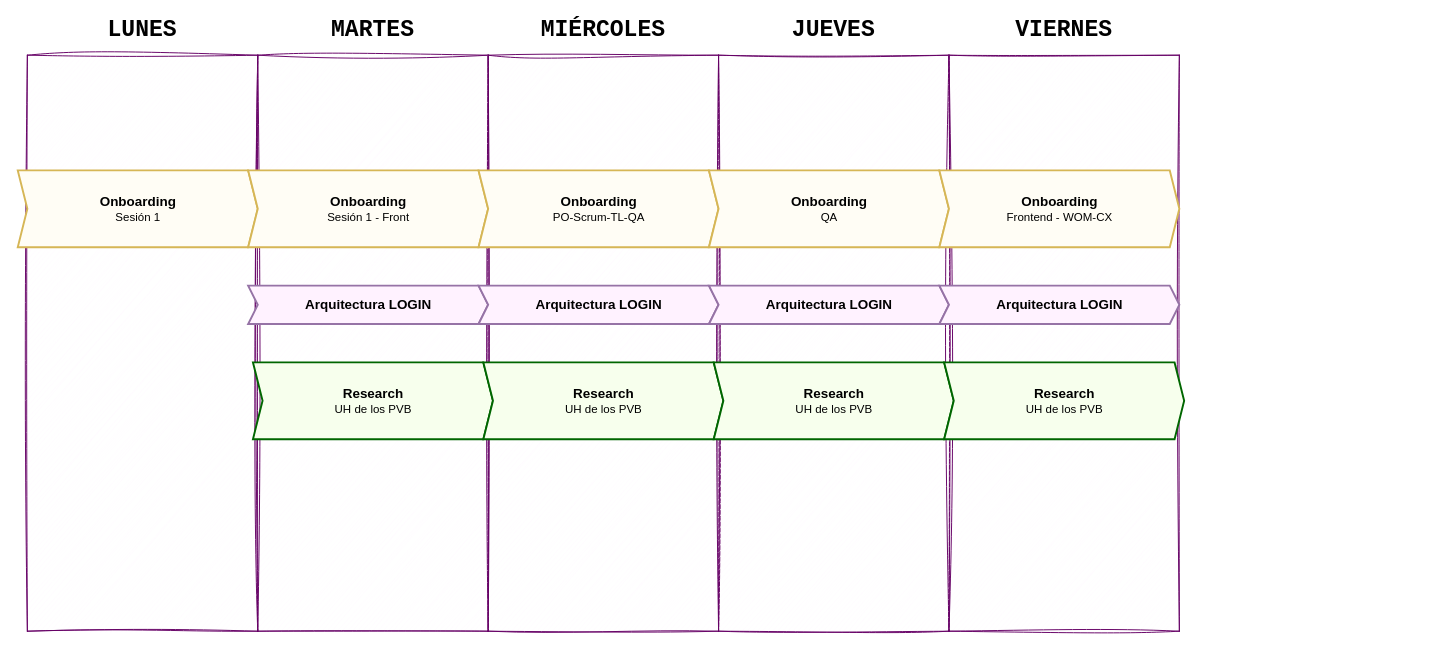
This is page "28-Ago-2023" (1 of 2) of Weekly.drawio from linosnt/womCX, a draw.io file, before an edit. Source tidied: cells renumbered, new cells numbered last; positions are measured from the earlier drawing's top-left corner, leaving out a move shared by most shapes. Both pictures are drawn from the tidied source at 96%, with x=0, y=0 at pixel (17, 16).
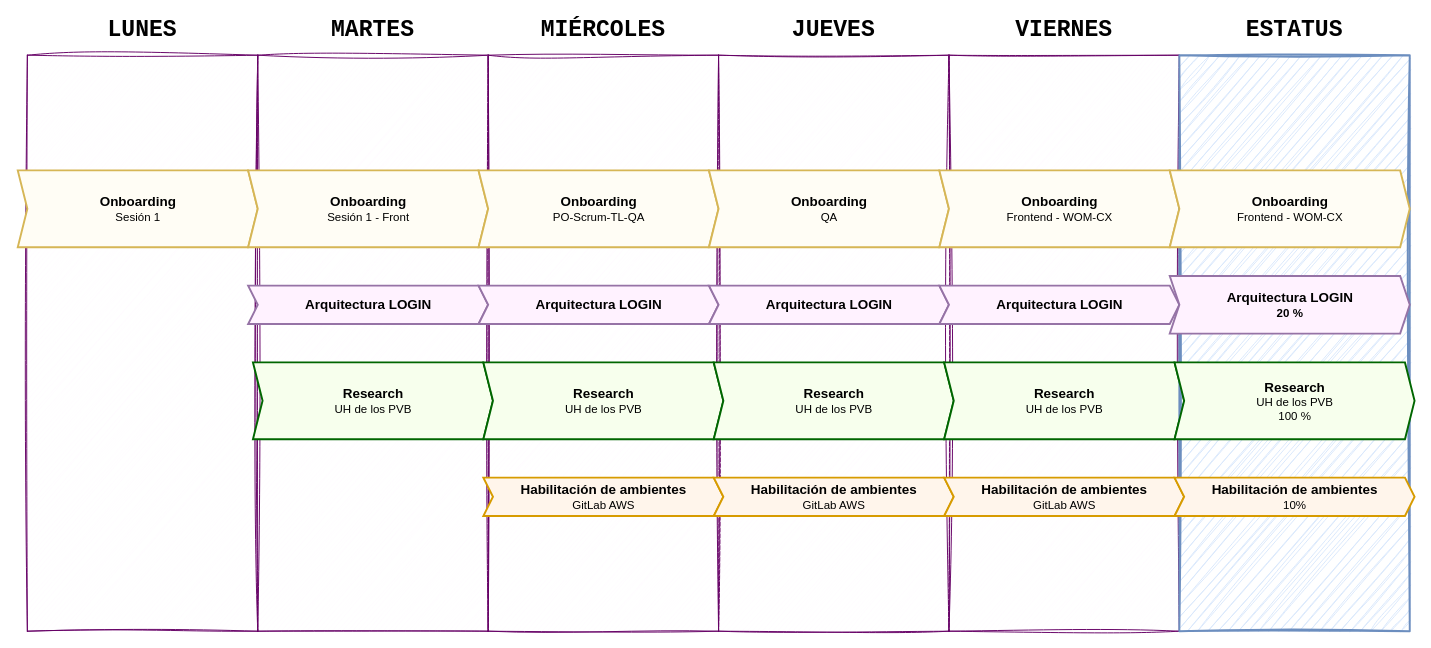
The same diagram, later.

Change to the diagram source:
```diff
@@
+    <mxCell id="25" style="rounded=0;whiteSpace=wrap;html=1;fillColor=#dae8fc;strokeColor=#6c8ebf;sketch=1;curveFitting=1;jiggle=2;strokeWidth=2;" parent="1" vertex="1">
+      <mxGeometry x="1210" y="40" width="240" height="600" as="geometry" />
+    </mxCell>
+    <mxCell id="26" value="&lt;font face=&quot;Courier New&quot;&gt;&lt;b&gt;&lt;font style=&quot;font-size: 24px;&quot;&gt;ESTATUS&lt;/font&gt;&lt;/b&gt;&lt;/font&gt;" style="text;html=1;strokeColor=none;fillColor=none;align=center;verticalAlign=middle;whiteSpace=wrap;rounded=0;" parent="1" vertex="1">
+      <mxGeometry x="1300" width="60" height="30" as="geometry" />
+    </mxCell>
+    <mxCell id="27" value="&lt;div&gt;&lt;b&gt;&lt;font style=&quot;font-size: 14px;&quot;&gt;Onboarding&lt;/font&gt;&lt;/b&gt;&lt;br&gt;&lt;/div&gt;&lt;div&gt;Frontend - WOM-CX&lt;/div&gt;" style="html=1;shadow=0;dashed=0;align=center;verticalAlign=middle;shape=mxgraph.arrows2.arrow;dy=0;dx=10;notch=10;fillColor=#FFFDF5;strokeColor=#d6b656;strokeWidth=2;" parent="1" vertex="1">
+      <mxGeometry x="1200" y="160" width="250" height="80" as="geometry" />
+    </mxCell>
+    <mxCell id="28" value="&lt;b&gt;&lt;font style=&quot;font-size: 14px;&quot;&gt;Research&lt;/font&gt;&lt;/b&gt;&lt;br&gt;UH de los PVB&lt;br&gt;100 %" style="html=1;shadow=0;dashed=0;align=center;verticalAlign=middle;shape=mxgraph.arrows2.arrow;dy=0;dx=10;notch=10;fillColor=#F7FFED;strokeColor=#006600;strokeWidth=2;" parent="1" vertex="1">
+      <mxGeometry x="1205" y="360" width="250" height="80" as="geometry" />
+    </mxCell>
+    <mxCell id="29" value="&lt;div&gt;&lt;b&gt;&lt;font style=&quot;font-size: 14px;&quot;&gt;Arquitectura LOGIN&lt;/font&gt;&lt;br&gt;&lt;/b&gt;&lt;/div&gt;&lt;b&gt;20 %&lt;/b&gt;" style="html=1;shadow=0;dashed=0;align=center;verticalAlign=middle;shape=mxgraph.arrows2.arrow;dy=0;dx=10;notch=10;fillColor=#FFF2FF;strokeColor=#9673a6;strokeWidth=2;" parent="1" vertex="1">
+      <mxGeometry x="1200" y="270" width="250" height="60" as="geometry" />
+    </mxCell>
+    <mxCell id="30" value="&lt;b&gt;&lt;font style=&quot;font-size: 14px;&quot;&gt;Habilitación de ambientes&lt;/font&gt;&lt;/b&gt;&lt;br&gt;GitLab AWS" style="html=1;shadow=0;dashed=0;align=center;verticalAlign=middle;shape=mxgraph.arrows2.arrow;dy=0;dx=10;notch=10;fillColor=#FFF5EB;strokeColor=#d79b00;strokeWidth=2;" parent="1" vertex="1">
+      <mxGeometry x="485" y="480" width="250" height="40" as="geometry" />
+    </mxCell>
+    <mxCell id="31" value="&lt;b&gt;&lt;font style=&quot;font-size: 14px;&quot;&gt;Habilitación de ambientes&lt;/font&gt;&lt;/b&gt;&lt;br&gt;GitLab AWS" style="html=1;shadow=0;dashed=0;align=center;verticalAlign=middle;shape=mxgraph.arrows2.arrow;dy=0;dx=10;notch=10;fillColor=#FFF5EB;strokeColor=#d79b00;strokeWidth=2;" parent="1" vertex="1">
+      <mxGeometry x="725" y="480" width="250" height="40" as="geometry" />
+    </mxCell>
+    <mxCell id="32" value="&lt;b&gt;&lt;font style=&quot;font-size: 14px;&quot;&gt;Habilitación de ambientes&lt;/font&gt;&lt;/b&gt;&lt;br&gt;GitLab AWS" style="html=1;shadow=0;dashed=0;align=center;verticalAlign=middle;shape=mxgraph.arrows2.arrow;dy=0;dx=10;notch=10;fillColor=#FFF5EB;strokeColor=#d79b00;strokeWidth=2;" parent="1" vertex="1">
+      <mxGeometry x="965" y="480" width="250" height="40" as="geometry" />
+    </mxCell>
+    <mxCell id="33" value="&lt;b&gt;&lt;font style=&quot;font-size: 14px;&quot;&gt;Habilitación de ambientes&lt;/font&gt;&lt;/b&gt;&lt;br&gt;10%" style="html=1;shadow=0;dashed=0;align=center;verticalAlign=middle;shape=mxgraph.arrows2.arrow;dy=0;dx=10;notch=10;fillColor=#FFF5EB;strokeColor=#d79b00;strokeWidth=2;" parent="1" vertex="1">
+      <mxGeometry x="1205" y="480" width="250" height="40" as="geometry" />
+    </mxCell>
```
